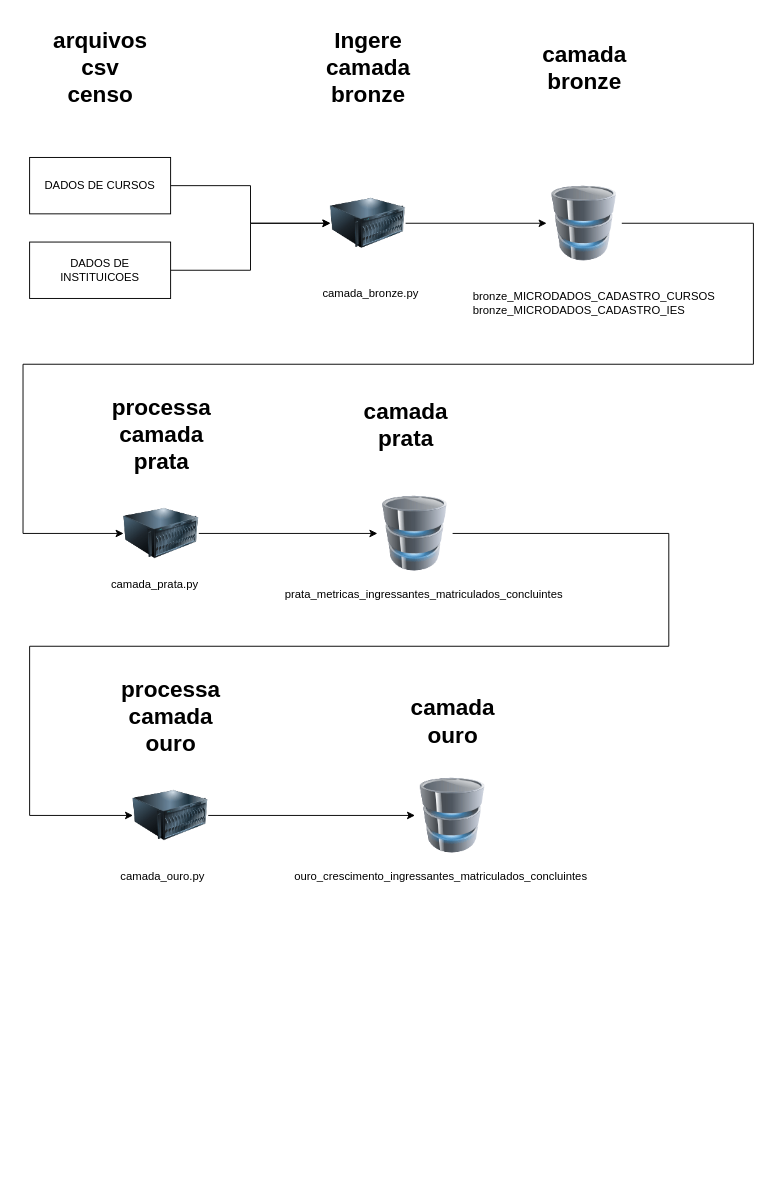
The draw.io diagram arquitetura/arquitetura.drawio in brunoluz/senac-arquitetura-big-data, before the edit. Source tidied: cells renumbered, new cells numbered last; positions are measured from the earlier drawing's top-left corner, leaving out a move shared by most shapes. Both pictures are drawn from the tidied source at 94%, with x=0, y=0 at pixel (23, 16).
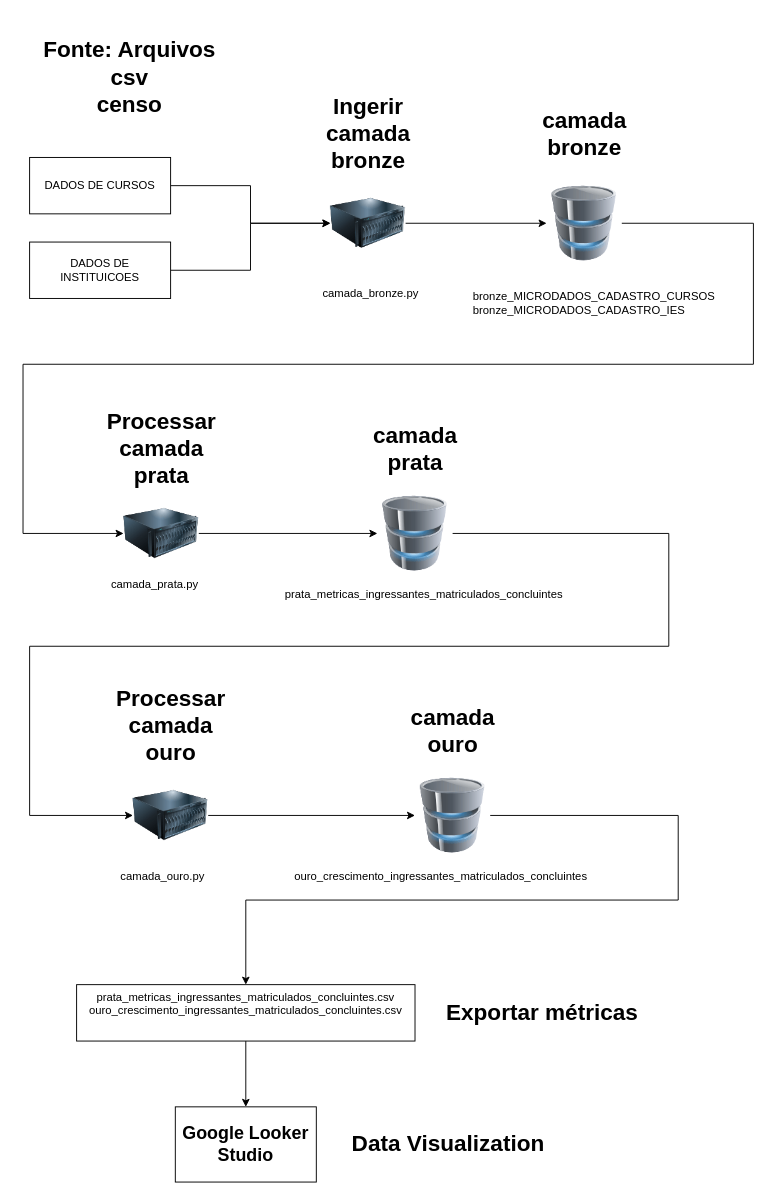
Above is the later version.

The change refers to these unchanged cells:
```xml
<mxCell id="28" style="image;html=1;image=img/lib/clip_art/computers/Database_128x128.png;" parent="1" vertex="1">
  <mxGeometry x="417" y="810" width="80" height="80" as="geometry" />
</mxCell>
```

Change to the diagram source:
```diff
@@
-    <mxCell id="10" value="Ingere&lt;br&gt;camada&lt;br&gt;bronze" style="text;strokeColor=none;fillColor=none;html=1;fontSize=24;fontStyle=1;verticalAlign=middle;align=center;" parent="1" vertex="1">
-      <mxGeometry x="317" width="100" height="110" as="geometry" />
+    <mxCell id="10" value="Ingerir&lt;br&gt;camada&lt;br&gt;bronze" style="text;strokeColor=none;fillColor=none;html=1;fontSize=24;fontStyle=1;verticalAlign=middle;align=center;" parent="1" vertex="1">
+      <mxGeometry x="317" y="70" width="100" height="110" as="geometry" />
     </mxCell>
-    <mxCell id="11" value="arquivos&lt;br&gt;csv&lt;br&gt;censo" style="text;strokeColor=none;fillColor=none;html=1;fontSize=24;fontStyle=1;verticalAlign=middle;align=center;" parent="1" vertex="1">
-      <mxGeometry x="19.5" width="125" height="110" as="geometry" />
+    <mxCell id="11" value="Fonte: Arquivos&lt;br&gt;csv&lt;br&gt;censo" style="text;strokeColor=none;fillColor=none;html=1;fontSize=24;fontStyle=1;verticalAlign=middle;align=center;" parent="1" vertex="1">
+      <mxGeometry x="4.5" y="10" width="217.5" height="110" as="geometry" />
     </mxCell>
     <mxCell id="12" value="camada&lt;br&gt;bronze" style="text;strokeColor=none;fillColor=none;html=1;fontSize=24;fontStyle=1;verticalAlign=middle;align=center;" parent="1" vertex="1">
-      <mxGeometry x="547" width="100" height="110" as="geometry" />
+      <mxGeometry x="547" y="90" width="100" height="70" as="geometry" />
     </mxCell>
@@
-    <mxCell id="18" value="processa&lt;br&gt;camada&lt;br&gt;prata" style="text;strokeColor=none;fillColor=none;html=1;fontSize=24;fontStyle=1;verticalAlign=middle;align=center;" parent="1" vertex="1">
-      <mxGeometry x="82" y="390" width="130" height="110" as="geometry" />
+    <mxCell id="18" value="Processar&lt;br&gt;camada&lt;br&gt;prata" style="text;strokeColor=none;fillColor=none;html=1;fontSize=24;fontStyle=1;verticalAlign=middle;align=center;" parent="1" vertex="1">
+      <mxGeometry x="82" y="405" width="130" height="110" as="geometry" />
     </mxCell>
@@
     <mxCell id="22" value="prata_metricas_ingressantes_matriculados_concluintes" style="text;html=1;strokeColor=none;fillColor=none;align=left;verticalAlign=middle;whiteSpace=wrap;rounded=0;" parent="1" vertex="1">
-      <mxGeometry x="277" y="600" width="280" height="30" as="geometry" />
+      <mxGeometry x="277" y="600" width="310" height="30" as="geometry" />
     </mxCell>
     <mxCell id="23" value="camada&lt;br&gt;prata" style="text;strokeColor=none;fillColor=none;html=1;fontSize=24;fontStyle=1;verticalAlign=middle;align=center;" parent="1" vertex="1">
-      <mxGeometry x="357" y="380" width="100" height="110" as="geometry" />
+      <mxGeometry x="367" y="425" width="100" height="70" as="geometry" />
     </mxCell>
@@
-    <mxCell id="26" value="processa&lt;br&gt;camada&lt;br&gt;ouro" style="text;strokeColor=none;fillColor=none;html=1;fontSize=24;fontStyle=1;verticalAlign=middle;align=center;" parent="1" vertex="1">
-      <mxGeometry x="92" y="690" width="130" height="110" as="geometry" />
+    <mxCell id="26" value="Processar&lt;br&gt;camada&lt;br&gt;ouro" style="text;strokeColor=none;fillColor=none;html=1;fontSize=24;fontStyle=1;verticalAlign=middle;align=center;" parent="1" vertex="1">
+      <mxGeometry x="92" y="700" width="130" height="110" as="geometry" />
     </mxCell>
@@
+    <mxCell id="31" style="edgeStyle=orthogonalEdgeStyle;rounded=0;jettySize=auto;html=1;exitX=1;exitY=0.5;exitDx=0;exitDy=0;" parent="1" edge="1" source="28" target="33">
+      <mxGeometry relative="1" as="geometry">
+        <Array as="points">
+          <mxPoint x="697" y="850" />
+          <mxPoint x="697" y="940" />
+          <mxPoint x="237" y="940" />
+        </Array>
+      </mxGeometry>
+    </mxCell>
@@
     <mxCell id="30" value="camada&lt;br&gt;ouro" style="text;strokeColor=none;fillColor=none;html=1;fontSize=24;fontStyle=1;verticalAlign=middle;align=center;" parent="1" vertex="1">
-      <mxGeometry x="407" y="710" width="100" height="80" as="geometry" />
+      <mxGeometry x="407" y="720" width="100" height="80" as="geometry" />
     </mxCell>
+    <mxCell id="32" style="edgeStyle=orthogonalEdgeStyle;rounded=0;jettySize=auto;html=1;" parent="1" edge="1" source="33" target="34">
+      <mxGeometry relative="1" as="geometry" />
+    </mxCell>
+    <mxCell id="33" value="prata_metricas_ingressantes_matriculados_concluintes.csv&lt;br&gt;ouro_crescimento_ingressantes_matriculados_concluintes.csv" style="whiteSpace=wrap;html=1;verticalAlign=top;labelBackgroundColor=default;align=center;" parent="1" vertex="1">
+      <mxGeometry x="57" y="1030" width="360" height="60" as="geometry" />
+    </mxCell>
+    <mxCell id="34" value="Google Looker Studio" style="rounded=0;whiteSpace=wrap;html=1;fontStyle=1;fontSize=19;" parent="1" vertex="1">
+      <mxGeometry x="162" y="1160" width="150" height="80" as="geometry" />
+    </mxCell>
+    <mxCell id="35" value="Exportar métricas" style="text;strokeColor=none;fillColor=none;html=1;fontSize=24;fontStyle=1;verticalAlign=middle;align=center;" parent="1" vertex="1">
+      <mxGeometry x="417" y="1020" width="270" height="80" as="geometry" />
+    </mxCell>
+    <mxCell id="36" value="Data Visualization" style="text;strokeColor=none;fillColor=none;html=1;fontSize=24;fontStyle=1;verticalAlign=middle;align=center;" parent="1" vertex="1">
+      <mxGeometry x="317" y="1160" width="270" height="80" as="geometry" />
+    </mxCell>
```
